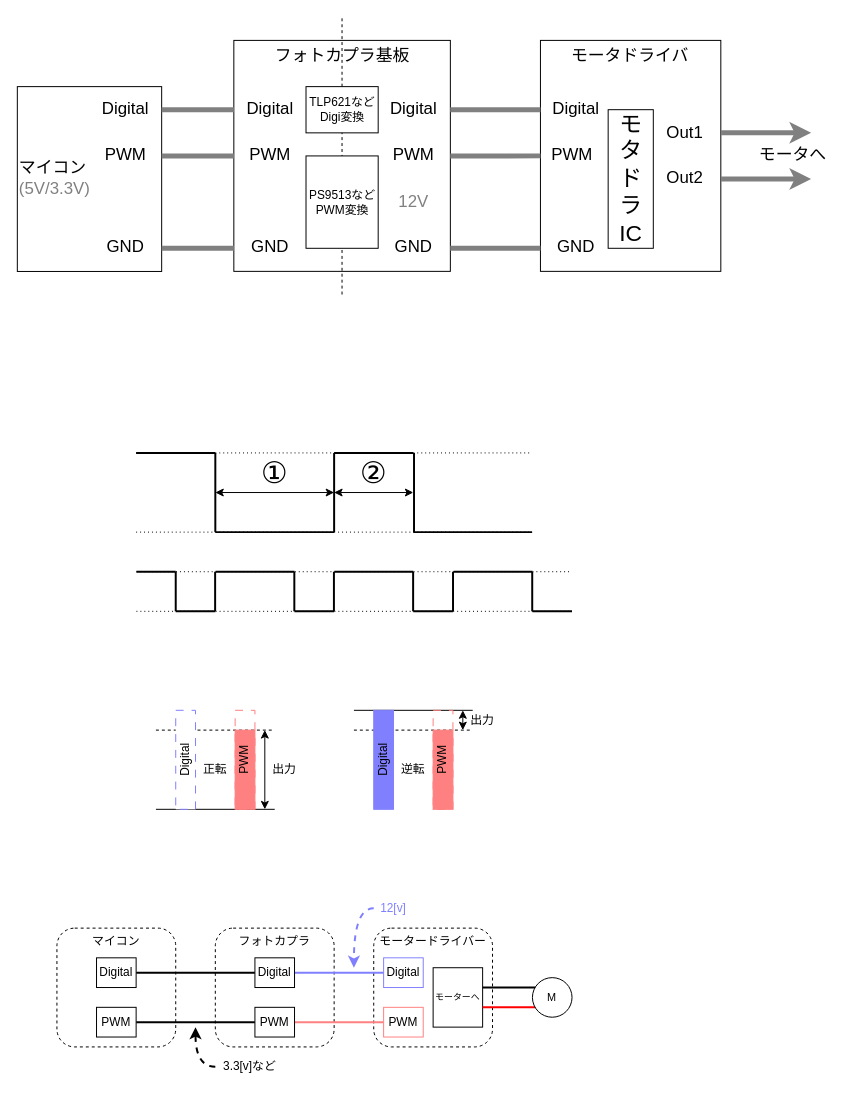
Before: book/resources/BasicContents/motor/motor_road.drawio in s2301089/Control_General, a draw.io diagram. Source tidied: cells renumbered, new cells numbered last; positions are measured from the earlier drawing's top-left corner, leaving out a move shared by most shapes. Both pictures are drawn from the tidied source at 99%, with x=0, y=0 at pixel (17, 17).
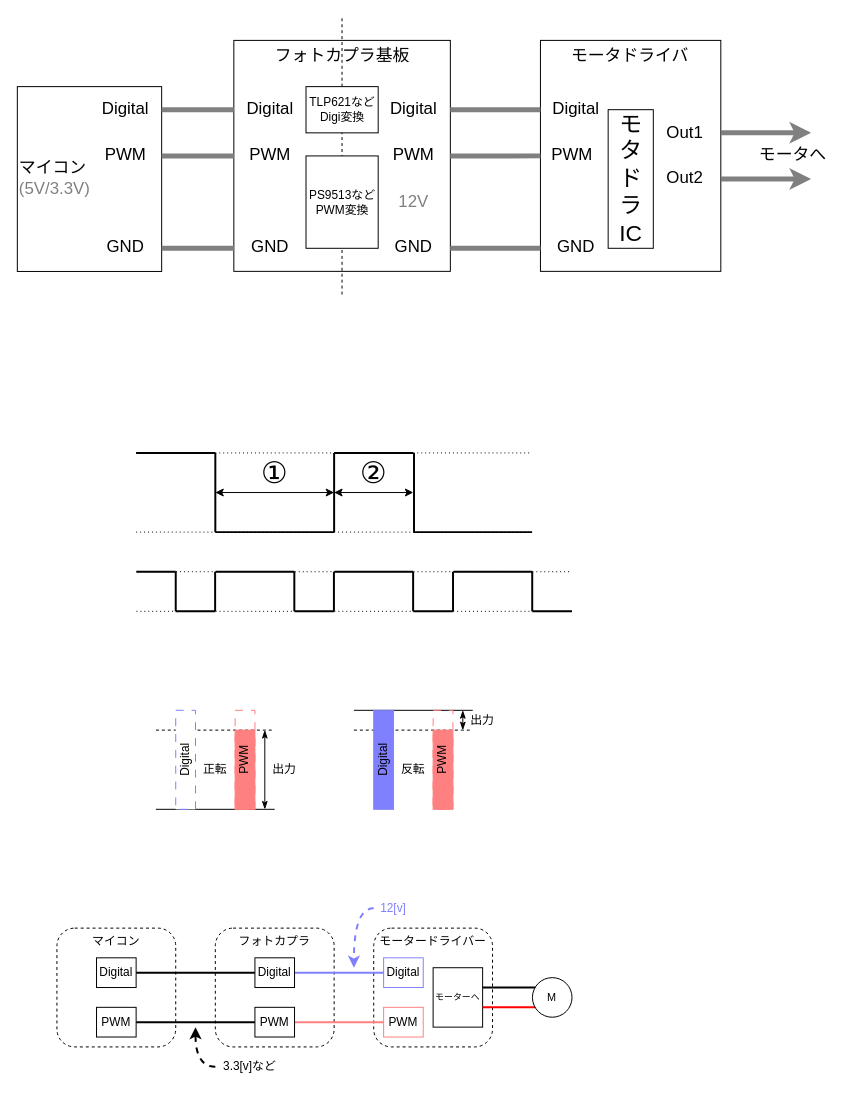
After the change.

The edit, as a diff of the source:
```diff
@@
-    <mxCell id="5" style="endArrow=none;dashed=1;html=1;rounded=0;" parent="1" edge="1">
+    <mxCell id="5" style="endArrow=none;dashed=1;html=1;rounded=0;fontFamily=ubuntu mono;" parent="1" edge="1">
       <mxGeometry relative="1" as="geometry">
         <mxPoint x="340" y="720" as="sourcePoint" />
         <mxPoint x="460" y="720" as="targetPoint" />
       </mxGeometry>
     </mxCell>
-    <mxCell id="6" style="endArrow=none;html=1;rounded=0;" parent="1" edge="1">
+    <mxCell id="6" style="endArrow=none;html=1;rounded=0;fontFamily=ubuntu mono;" parent="1" edge="1">
       <mxGeometry relative="1" as="geometry">
         <mxPoint x="340" y="700" as="sourcePoint" />
         <mxPoint x="460" y="700" as="targetPoint" />
       </mxGeometry>
     </mxCell>
@@
-    <mxCell id="51" value="Digital" style="rounded=0;whiteSpace=wrap;html=1;strokeColor=#8080FF;fillColor=#8080FF;horizontal=0;verticalAlign=middle;" parent="1" vertex="1">
+    <mxCell id="51" value="Digital" style="rounded=0;whiteSpace=wrap;html=1;strokeColor=#8080FF;fillColor=#8080FF;horizontal=0;verticalAlign=middle;fontFamily=ubuntu mono;" parent="1" vertex="1">
       <mxGeometry x="360" y="700" width="20" height="100" as="geometry" />
     </mxCell>
-    <mxCell id="52" value="PWM" style="rounded=0;whiteSpace=wrap;html=1;strokeColor=#FF8080;fillColor=light-dark(#ff8080, #ededed);horizontal=0;direction=east;fontColor=none;noLabel=1;" parent="1" vertex="1">
+    <mxCell id="52" value="PWM" style="rounded=0;whiteSpace=wrap;html=1;strokeColor=#FF8080;fillColor=light-dark(#ff8080, #ededed);horizontal=0;direction=east;fontColor=none;noLabel=1;fontFamily=ubuntu mono;" parent="1" vertex="1">
       <mxGeometry x="420" y="720" width="20" height="80" as="geometry" />
     </mxCell>
-    <mxCell id="53" value="PWM" style="rounded=0;whiteSpace=wrap;html=1;strokeColor=#FF8080;fillColor=none;horizontal=0;direction=east;dashed=1;dashPattern=8 8;" parent="1" vertex="1">
+    <mxCell id="53" value="PWM" style="rounded=0;whiteSpace=wrap;html=1;strokeColor=#FF8080;fillColor=none;horizontal=0;direction=east;dashed=1;dashPattern=8 8;fontFamily=ubuntu mono;" parent="1" vertex="1">
       <mxGeometry x="420" y="700" width="20" height="100" as="geometry" />
     </mxCell>
-    <mxCell id="54" style="endArrow=classic;startArrow=classic;html=1;rounded=0;" parent="1" edge="1">
+    <mxCell id="54" style="endArrow=classicThin;startArrow=classicThin;html=1;rounded=0;fontFamily=ubuntu mono;startFill=1;endFill=1;" parent="1" edge="1">
       <mxGeometry relative="1" as="geometry">
         <mxPoint x="450" y="720" as="sourcePoint" />
         <mxPoint x="450" y="700" as="targetPoint" />
       </mxGeometry>
     </mxCell>
-    <mxCell id="55" value="逆転" style="text;html=1;align=center;verticalAlign=middle;whiteSpace=wrap;rounded=0;" parent="1" vertex="1">
+    <mxCell id="55" value="反転" style="text;html=1;align=center;verticalAlign=middle;whiteSpace=wrap;rounded=0;fontFamily=ubuntu mono;" parent="1" vertex="1">
       <mxGeometry x="380" y="750" width="40" height="20" as="geometry" />
     </mxCell>
-    <mxCell id="56" value="出力" style="text;html=1;align=center;verticalAlign=middle;whiteSpace=wrap;rounded=0;" parent="1" vertex="1">
+    <mxCell id="56" value="出力" style="text;html=1;align=center;verticalAlign=middle;whiteSpace=wrap;rounded=0;fontFamily=ubuntu mono;" parent="1" vertex="1">
       <mxGeometry x="450" y="700" width="40" height="20" as="geometry" />
     </mxCell>
-    <mxCell id="57" style="endArrow=none;html=1;rounded=0;" parent="1" edge="1">
+    <mxCell id="57" style="endArrow=none;html=1;rounded=0;fontFamily=ubuntu mono;" parent="1" edge="1">
       <mxGeometry relative="1" as="geometry">
         <mxPoint x="140" y="800" as="sourcePoint" />
         <mxPoint x="260" y="800" as="targetPoint" />
       </mxGeometry>
     </mxCell>
-    <mxCell id="58" style="endArrow=none;dashed=1;html=1;rounded=0;" parent="1" edge="1">
+    <mxCell id="58" style="endArrow=none;dashed=1;html=1;rounded=0;fontFamily=ubuntu mono;" parent="1" edge="1">
       <mxGeometry relative="1" as="geometry">
         <mxPoint x="140" y="720" as="sourcePoint" />
         <mxPoint x="260" y="720" as="targetPoint" />
       </mxGeometry>
     </mxCell>
-    <mxCell id="59" value="Digital" style="rounded=0;whiteSpace=wrap;html=1;strokeColor=#8080FF;fillColor=default;horizontal=0;verticalAlign=middle;dashed=1;dashPattern=8 8;" parent="1" vertex="1">
+    <mxCell id="59" value="Digital" style="rounded=0;whiteSpace=wrap;html=1;strokeColor=#8080FF;fillColor=default;horizontal=0;verticalAlign=middle;dashed=1;dashPattern=8 8;fontFamily=ubuntu mono;" parent="1" vertex="1">
       <mxGeometry x="160" y="700" width="20" height="100" as="geometry" />
     </mxCell>
-    <mxCell id="60" value="PWM" style="rounded=0;whiteSpace=wrap;html=1;strokeColor=#FF8080;fillColor=light-dark(#ff8080, #ededed);horizontal=0;direction=east;fontColor=none;noLabel=1;" parent="1" vertex="1">
+    <mxCell id="60" value="PWM" style="rounded=0;whiteSpace=wrap;html=1;strokeColor=#FF8080;fillColor=light-dark(#ff8080, #ededed);horizontal=0;direction=east;fontColor=none;noLabel=1;fontFamily=ubuntu mono;" parent="1" vertex="1">
       <mxGeometry x="220" y="720" width="20" height="80" as="geometry" />
     </mxCell>
-    <mxCell id="61" value="PWM" style="rounded=0;whiteSpace=wrap;html=1;strokeColor=#FF8080;fillColor=none;horizontal=0;direction=east;dashed=1;dashPattern=8 8;" parent="1" vertex="1">
+    <mxCell id="61" value="PWM" style="rounded=0;whiteSpace=wrap;html=1;strokeColor=#FF8080;fillColor=none;horizontal=0;direction=east;dashed=1;dashPattern=8 8;fontFamily=ubuntu mono;" parent="1" vertex="1">
       <mxGeometry x="220" y="700" width="20" height="100" as="geometry" />
     </mxCell>
-    <mxCell id="62" style="endArrow=classic;startArrow=classic;html=1;rounded=0;" parent="1" edge="1">
+    <mxCell id="62" style="endArrow=classicThin;startArrow=classicThin;html=1;rounded=0;fontFamily=ubuntu mono;endFill=1;startFill=1;" parent="1" edge="1">
       <mxGeometry relative="1" as="geometry">
         <mxPoint x="250" y="800" as="sourcePoint" />
         <mxPoint x="250" y="720" as="targetPoint" />
       </mxGeometry>
     </mxCell>
-    <mxCell id="63" value="正転" style="text;html=1;align=center;verticalAlign=middle;whiteSpace=wrap;rounded=0;" parent="1" vertex="1">
+    <mxCell id="63" value="正転" style="text;html=1;align=center;verticalAlign=middle;whiteSpace=wrap;rounded=0;fontFamily=ubuntu mono;" parent="1" vertex="1">
       <mxGeometry x="180" y="750" width="40" height="20" as="geometry" />
     </mxCell>
-    <mxCell id="64" value="出力" style="text;html=1;align=center;verticalAlign=middle;whiteSpace=wrap;rounded=0;" parent="1" vertex="1">
+    <mxCell id="64" value="出力" style="text;html=1;align=center;verticalAlign=middle;whiteSpace=wrap;rounded=0;fontFamily=ubuntu mono;" parent="1" vertex="1">
       <mxGeometry x="250" y="750" width="40" height="20" as="geometry" />
     </mxCell>
```
